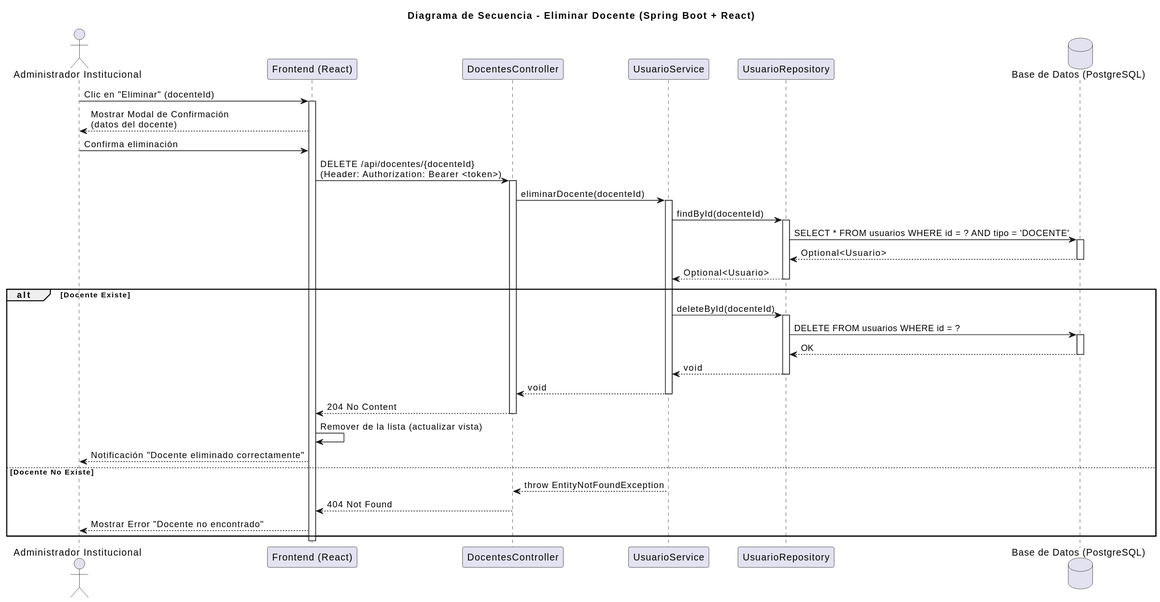
Above: images/diseño/eliminarDocente/secuencia.svg in martinlopez7/25-26-idsw2-sdVC (PlantUML), before the change.
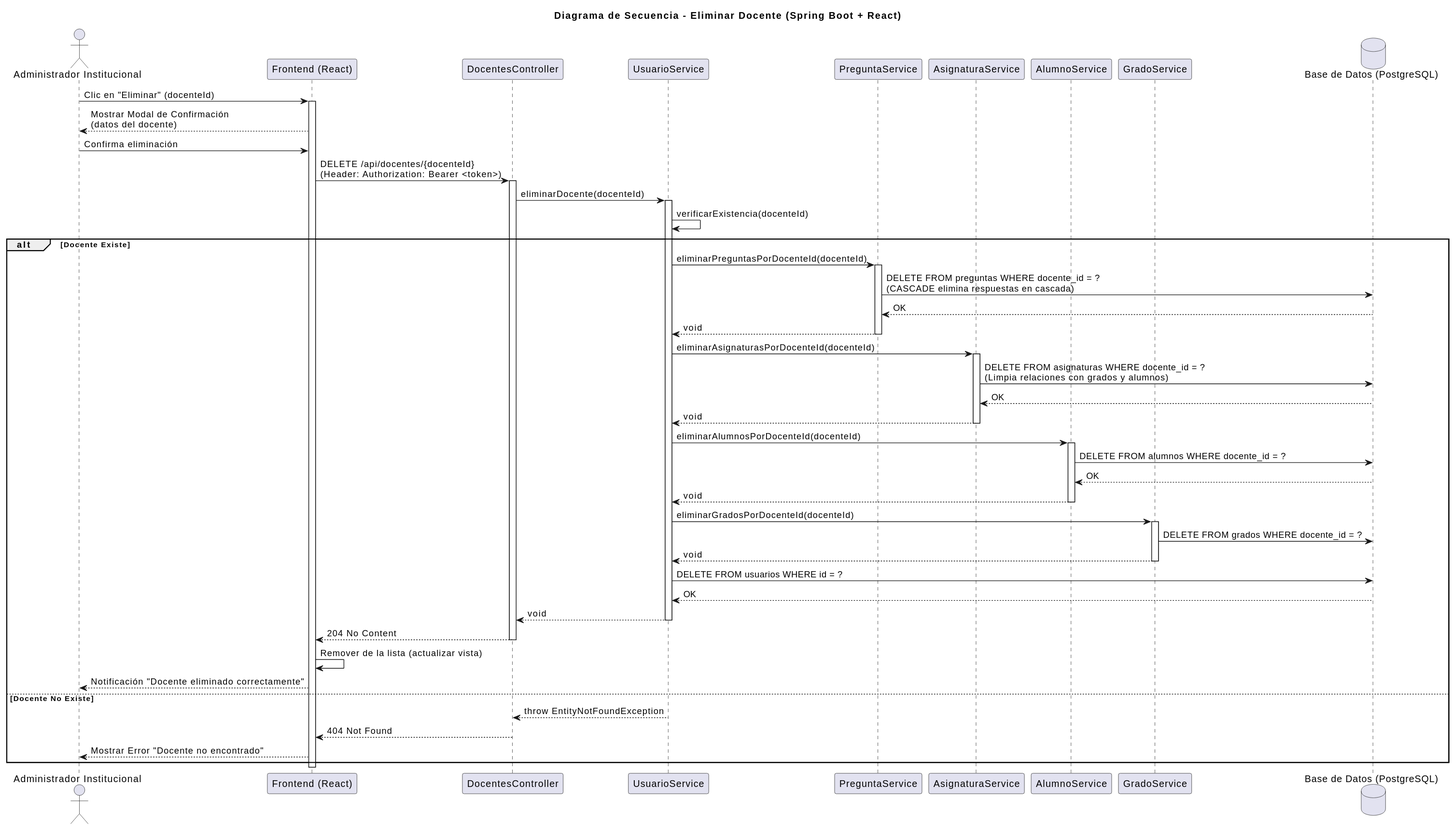
After the change.

Diff of the diagram source:
```diff
@@ -5,7 +5,10 @@
 participant "Frontend (React)" as FE
 participant "DocentesController" as Controller
 participant "UsuarioService" as Service
-participant "UsuarioRepository" as Repo
+participant "PreguntaService" as PreguntaService
+participant "AsignaturaService" as AsignaturaService
+participant "AlumnoService" as AlumnoService
+participant "GradoService" as GradoService
 database "Base de Datos (PostgreSQL)" as DB
 
 Admin -> FE: Clic en "Eliminar" (docenteId)
@@ -16,29 +19,48 @@
 activate Controller
 Controller -> Service: eliminarDocente(docenteId)
 activate Service
-Service -> Repo: findById(docenteId)
-activate Repo
-Repo -> DB: SELECT * FROM usuarios WHERE id = ? AND tipo = 'DOCENTE'
-activate DB
-DB --> Repo: Optional<Usuario>
-deactivate DB
-Repo --> Service: Optional<Usuario>
-deactivate Repo
+
+Service -> Service: verificarExistencia(docenteId)
+
 alt Docente Existe
-    Service -> Repo: deleteById(docenteId)
-    activate Repo
-    Repo -> DB: DELETE FROM usuarios WHERE id = ?
-    activate DB
-    DB --> Repo: OK
-    deactivate DB
-    Repo --> Service: void
-    deactivate Repo
+
+    Service -> PreguntaService: eliminarPreguntasPorDocenteId(docenteId)
+    activate PreguntaService
+    PreguntaService -> DB: DELETE FROM preguntas WHERE docente_id = ?\n(CASCADE elimina respuestas en cascada)
+    DB --> PreguntaService: OK
+    PreguntaService --> Service: void
+    deactivate PreguntaService
+
+    Service -> AsignaturaService: eliminarAsignaturasPorDocenteId(docenteId)
+    activate AsignaturaService
+    AsignaturaService -> DB: DELETE FROM asignaturas WHERE docente_id = ?\n(Limpia relaciones con grados y alumnos)
+    DB --> AsignaturaService: OK
+    AsignaturaService --> Service: void
+    deactivate AsignaturaService
+
+    Service -> AlumnoService: eliminarAlumnosPorDocenteId(docenteId)
+    activate AlumnoService
+    AlumnoService -> DB: DELETE FROM alumnos WHERE docente_id = ?
+    DB --> AlumnoService: OK
+    AlumnoService --> Service: void
+    deactivate AlumnoService
+
+    Service -> GradoService: eliminarGradosPorDocenteId(docenteId)
+    activate GradoService
+    GradoService -> DB: DELETE FROM grados WHERE docente_id = ?
+    GradoService --> Service: void
+    deactivate GradoService
+
+    Service -> DB: DELETE FROM usuarios WHERE id = ?
+    DB --> Service: OK
+
     Service --> Controller: void
     deactivate Service
     Controller --> FE: 204 No Content
     deactivate Controller
     FE -> FE: Remover de la lista (actualizar vista)
     FE --> Admin: Notificación "Docente eliminado correctamente"
+
 else Docente No Existe
     Service --> Controller: throw EntityNotFoundException
     deactivate Service
```
